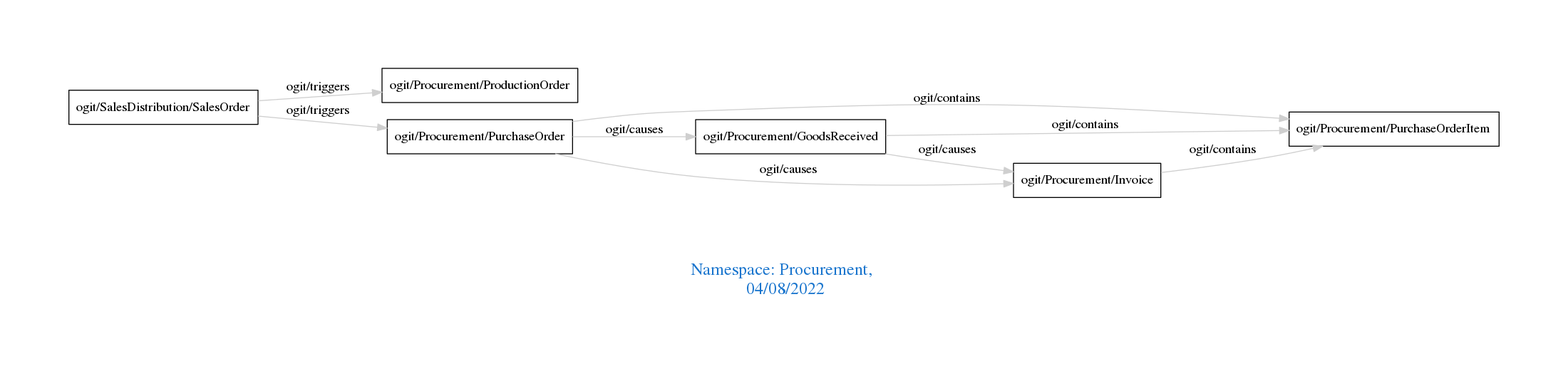
arago/OGIT keeps this Graphviz diagram as downloads/Procurement.png. Above is the earlier version. Its source is kept beside it as downloads/Procurement.dot.
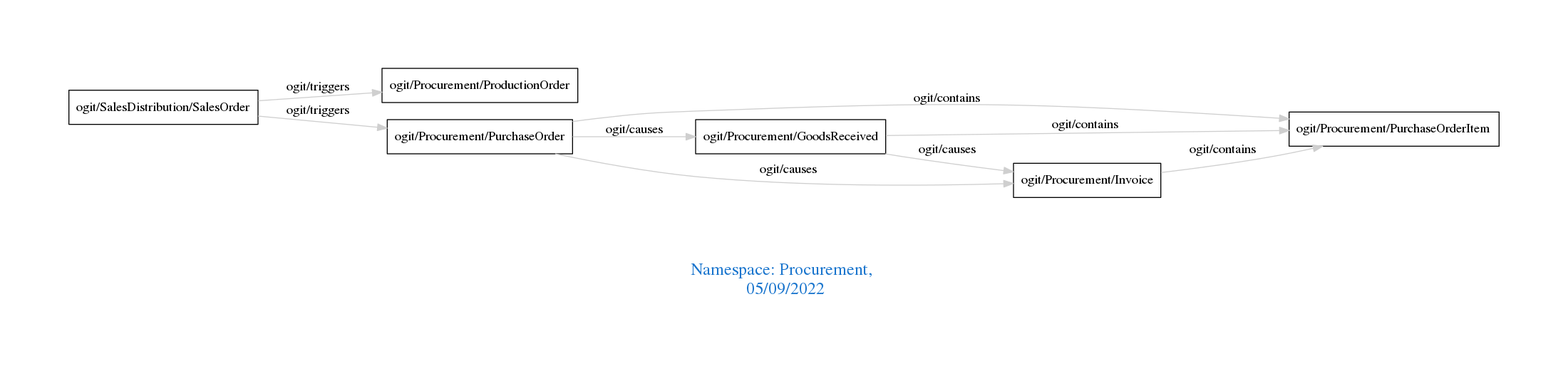
Above is the later version.

The edit, as a diff of the source:
```diff
@@ -1,7 +1,7 @@
 digraph OGIT_ontology {
  graph [ rankdir= LR,pad=1
 fontsize = 18,
-fontcolor= dodgerblue3,label = "\n\n\nNamespace: Procurement, \n 04/08/2022"];
+fontcolor= dodgerblue3,label = "\n\n\nNamespace: Procurement, \n 05/09/2022"];
 node[shape=polygon];
 edge [  color="gray81"];
 
```
